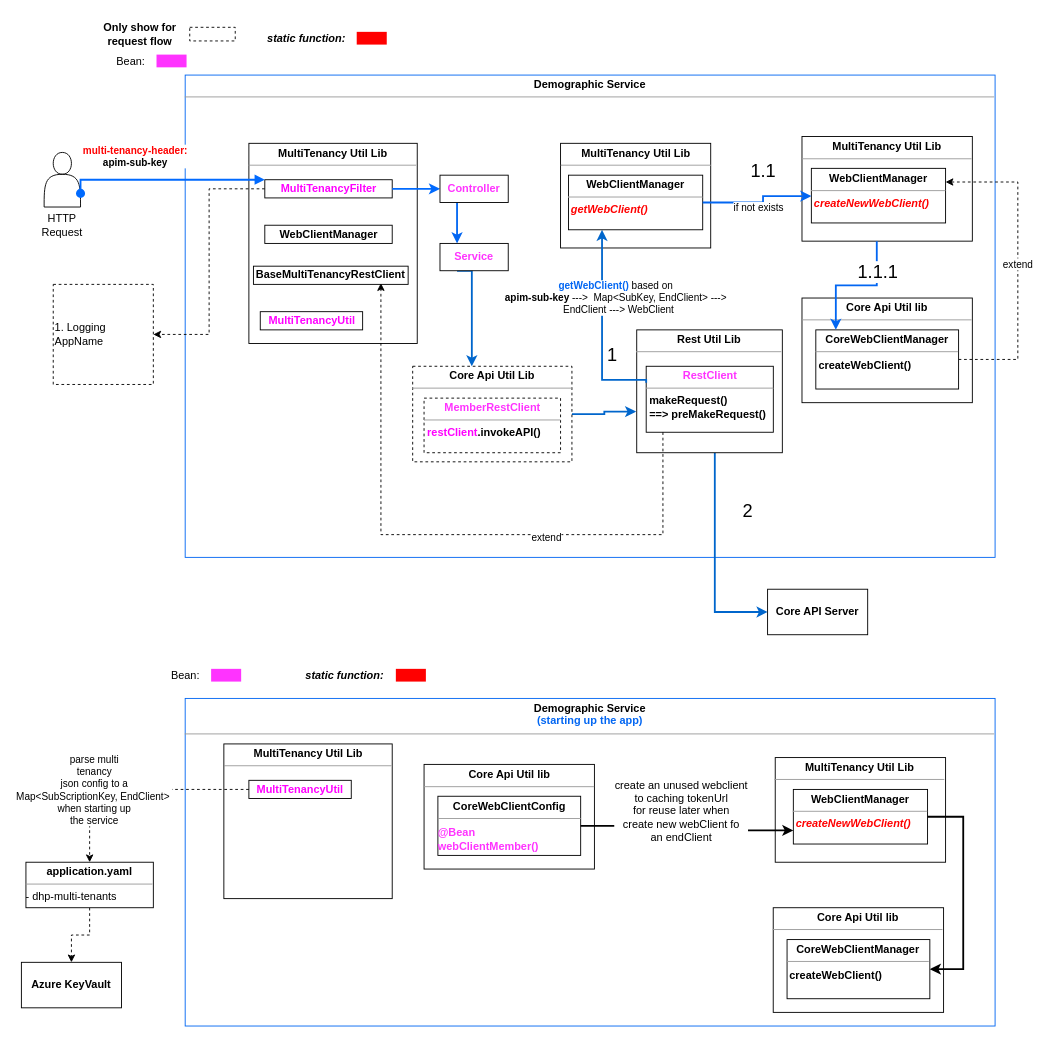
lnsbinh/chart keeps this draw.io diagram as MultiTenancyNewProcess.drawio. Above is the earlier version. Source tidied: cells renumbered, new cells numbered last; positions are measured from the earlier drawing's top-left corner, leaving out a move shared by most shapes. Both pictures are drawn from the tidied source at 91%, with x=0, y=0 at pixel (21, 15).
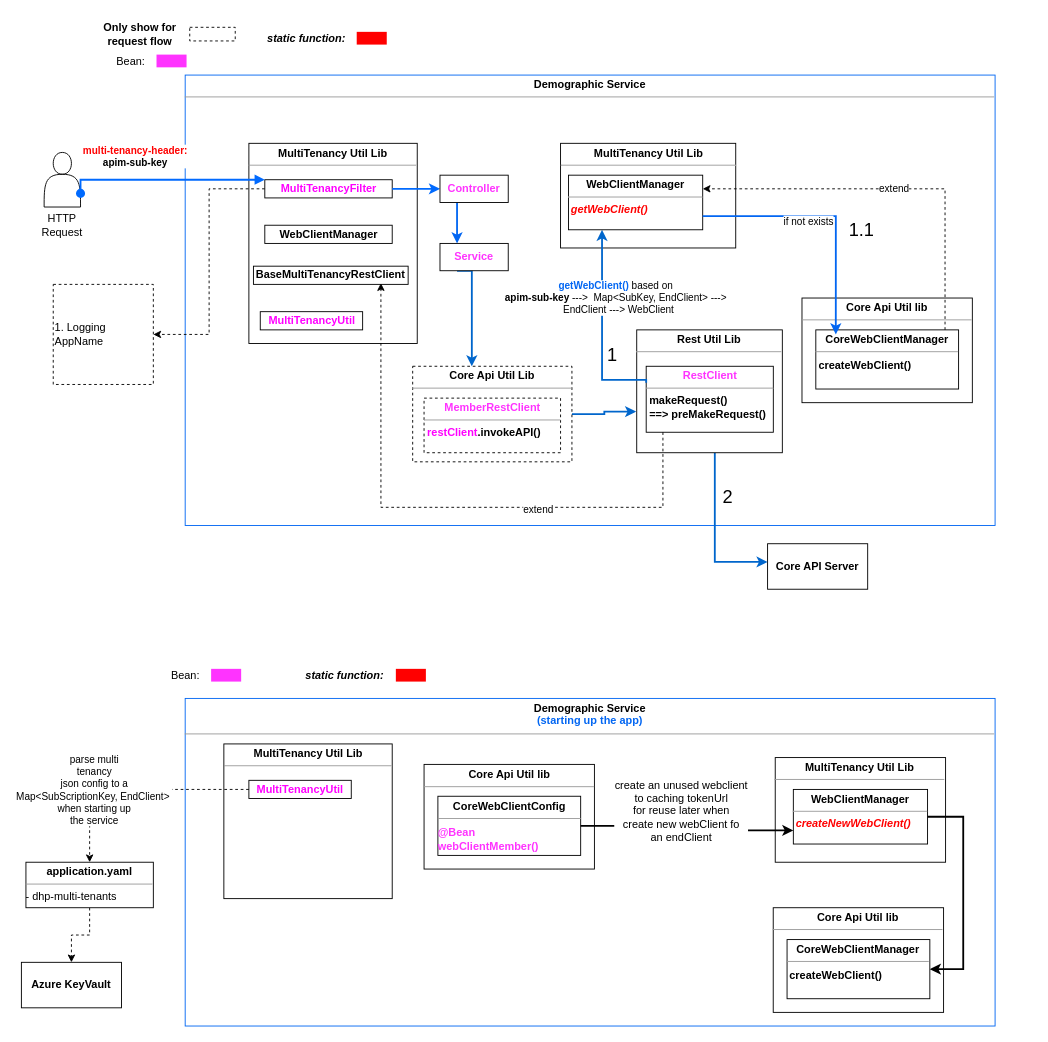
The same page after the edit.

The change refers to these unchanged cells:
```xml
<mxCell id="28" value="&lt;p style=&quot;margin:0px;margin-top:4px;text-align:center;&quot;&gt;&lt;b&gt;Rest Util Lib&lt;/b&gt;&lt;/p&gt;&lt;hr size=&quot;1&quot;&gt;&lt;div style=&quot;height:2px;&quot;&gt;&lt;/div&gt;" style="verticalAlign=top;align=left;overflow=fill;fontSize=12;fontFamily=Helvetica;html=1;whiteSpace=wrap;" parent="1" vertex="1">
  <mxGeometry x="676.2" y="345" width="160" height="135" as="geometry" />
</mxCell>
<mxCell id="29" value="&lt;p style=&quot;margin:0px;margin-top:4px;text-align:center;&quot;&gt;&lt;b&gt;&lt;font color=&quot;#ff33ff&quot;&gt;RestClient&lt;/font&gt;&lt;/b&gt;&lt;/p&gt;&lt;hr size=&quot;1&quot;&gt;&lt;div style=&quot;height:2px;&quot;&gt;&lt;b&gt;&amp;nbsp;makeRequest()&amp;nbsp;&lt;br&gt;&amp;nbsp;==&amp;gt; preMakeRequest()&lt;/b&gt;&lt;/div&gt;" style="verticalAlign=top;align=left;overflow=fill;fontSize=12;fontFamily=Helvetica;html=1;whiteSpace=wrap;" parent="1" vertex="1">
  <mxGeometry x="686.6" y="385" width="139.7" height="72.5" as="geometry" />
</mxCell>
<mxCell id="34" value="&lt;b&gt;BaseMultiTenancyRestClient&lt;/b&gt;" style="html=1;whiteSpace=wrap;align=center;" parent="1" vertex="1">
  <mxGeometry x="255" y="275" width="170" height="20" as="geometry" />
</mxCell>
<mxCell id="37" value="&lt;p style=&quot;margin:0px;margin-top:4px;text-align:center;&quot;&gt;&lt;b style=&quot;border-color: var(--border-color);&quot;&gt;&lt;font style=&quot;border-color: var(--border-color);&quot;&gt;WebClientManager&lt;/font&gt;&lt;/b&gt;&lt;br&gt;&lt;/p&gt;&lt;hr size=&quot;1&quot;&gt;&lt;div style=&quot;height:2px;&quot;&gt;&lt;b&gt;&lt;i&gt;&lt;font color=&quot;#ff0000&quot;&gt;&amp;nbsp;getWebClient()&lt;/font&gt;&lt;/i&gt;&lt;/b&gt;&lt;/div&gt;" style="verticalAlign=top;align=left;overflow=fill;fontSize=12;fontFamily=Helvetica;html=1;whiteSpace=wrap;" parent="1" vertex="1">
  <mxGeometry x="601.2" y="175" width="147.5" height="60" as="geometry" />
</mxCell>
<mxCell id="46" value="&lt;p style=&quot;margin:0px;margin-top:4px;text-align:center;&quot;&gt;&lt;b&gt;CoreWebClientManager&lt;/b&gt;&lt;/p&gt;&lt;hr size=&quot;1&quot;&gt;&lt;div style=&quot;height:2px;&quot;&gt;&amp;nbsp;&amp;nbsp;&lt;/div&gt;&lt;b style=&quot;border-color: var(--border-color);&quot;&gt;&amp;nbsp;createWebClient()&lt;/b&gt;" style="verticalAlign=top;align=left;overflow=fill;fontSize=12;fontFamily=Helvetica;html=1;whiteSpace=wrap;" parent="1" vertex="1">
  <mxGeometry x="873" y="345" width="156.9" height="65" as="geometry" />
</mxCell>
```

What changed in the source:
```diff
@@
     <mxCell id="2" value="&lt;p style=&quot;margin:0px;margin-top:4px;text-align:center;&quot;&gt;&lt;b&gt;Demographic Service&lt;/b&gt;&lt;/p&gt;&lt;hr size=&quot;1&quot;&gt;&lt;div style=&quot;height:2px;&quot;&gt;&lt;br&gt;&lt;/div&gt;" style="verticalAlign=top;align=left;overflow=fill;fontSize=12;fontFamily=Helvetica;html=1;whiteSpace=wrap;strokeColor=#0266f2;" parent="1" vertex="1">
-      <mxGeometry x="180" y="65" width="890" height="530" as="geometry" />
+      <mxGeometry x="180" y="65" width="890" height="495" as="geometry" />
     </mxCell>
@@
     <mxCell id="11" value="&lt;b&gt;Core API Server&lt;/b&gt;" style="html=1;whiteSpace=wrap;" parent="1" vertex="1">
-      <mxGeometry x="820" y="630" width="110" height="50" as="geometry" />
+      <mxGeometry x="820" y="580" width="110" height="50" as="geometry" />
     </mxCell>
@@
     <mxCell id="24" style="edgeStyle=orthogonalEdgeStyle;rounded=0;jettySize=auto;html=1;strokeColor=#0066CC;strokeWidth=2;" parent="1" edge="1" source="28" target="11">
       <mxGeometry relative="1" as="geometry">
         <Array as="points">
-          <mxPoint x="762" y="655" />
+          <mxPoint x="762" y="600" />
         </Array>
       </mxGeometry>
     </mxCell>
     <mxCell id="25" value="2" style="edgeLabel;html=1;align=center;verticalAlign=middle;fontSize=20;" parent="24" vertex="1">
       <mxGeometry x="-0.44" y="-1" relative="1" as="geometry">
-        <mxPoint x="36" y="-3" as="offset" />
+        <mxPoint x="14" y="-3" as="offset" />
       </mxGeometry>
     </mxCell>
     <mxCell id="26" value="&lt;p style=&quot;margin:0px;margin-top:4px;text-align:center;&quot;&gt;&lt;b&gt;MultiTenancy Util Lib&lt;/b&gt;&lt;/p&gt;&lt;hr size=&quot;1&quot;&gt;&lt;div style=&quot;height:2px;&quot;&gt;&lt;/div&gt;" style="verticalAlign=top;align=left;overflow=fill;fontSize=12;fontFamily=Helvetica;html=1;whiteSpace=wrap;" parent="1" vertex="1">
-      <mxGeometry x="592.5" y="140" width="165" height="115" as="geometry" />
+      <mxGeometry x="592.5" y="140" width="192.5" height="115" as="geometry" />
     </mxCell>
@@
     <mxCell id="35" style="edgeStyle=orthogonalEdgeStyle;rounded=0;jettySize=auto;html=1;entryX=0.824;entryY=0.932;entryDx=0;entryDy=0;entryPerimeter=0;dashed=1;" parent="1" edge="1" source="29" target="34">
       <mxGeometry relative="1" as="geometry">
         <Array as="points">
-          <mxPoint x="705" y="570" />
-          <mxPoint x="395" y="570" />
+          <mxPoint x="705" y="540" />
+          <mxPoint x="395" y="540" />
         </Array>
       </mxGeometry>
     </mxCell>
@@
-    <mxCell id="38" value="&lt;p style=&quot;margin:0px;margin-top:4px;text-align:center;&quot;&gt;&lt;b&gt;MultiTenancy Util Lib&lt;/b&gt;&lt;/p&gt;&lt;hr size=&quot;1&quot;&gt;&lt;div style=&quot;height:2px;&quot;&gt;&lt;/div&gt;" style="verticalAlign=top;align=left;overflow=fill;fontSize=12;fontFamily=Helvetica;html=1;whiteSpace=wrap;" parent="1" vertex="1">
-      <mxGeometry x="857.8" y="132.5" width="187.2" height="115" as="geometry" />
-    </mxCell>
-    <mxCell id="39" value="&lt;p style=&quot;margin:0px;margin-top:4px;text-align:center;&quot;&gt;&lt;b style=&quot;border-color: var(--border-color);&quot;&gt;&lt;font style=&quot;border-color: var(--border-color);&quot;&gt;WebClientManager&lt;/font&gt;&lt;/b&gt;&lt;br&gt;&lt;/p&gt;&lt;hr size=&quot;1&quot;&gt;&lt;div style=&quot;height:2px;&quot;&gt;&lt;b&gt;&lt;i&gt;&lt;font color=&quot;#ff0000&quot;&gt;&amp;nbsp;createNewWebClient()&lt;/font&gt;&lt;/i&gt;&lt;/b&gt;&lt;/div&gt;" style="verticalAlign=top;align=left;overflow=fill;fontSize=12;fontFamily=Helvetica;html=1;whiteSpace=wrap;" parent="1" vertex="1">
-      <mxGeometry x="868.1" y="167.5" width="147.5" height="60" as="geometry" />
-    </mxCell>
@@
-    <mxCell id="42" value="1.1" style="edgeStyle=orthogonalEdgeStyle;rounded=0;jettySize=auto;html=1;strokeColor=#0266F2;strokeWidth=2;fontSize=20;" parent="1" edge="1" source="37" target="39">
-      <mxGeometry x="0.16" y="28" relative="1" as="geometry">
-        <Array as="points">
-          <mxPoint x="815" y="205" />
-          <mxPoint x="815" y="198" />
-        </Array>
-      </mxGeometry>
-    </mxCell>
-    <mxCell id="43" value="if not exists" style="edgeLabel;html=1;align=center;verticalAlign=middle;" parent="42" vertex="1">
-      <mxGeometry x="-0.27" y="2" relative="1" as="geometry">
-        <mxPoint x="15" y="7" as="offset" />
-      </mxGeometry>
-    </mxCell>
@@
-    <mxCell id="45" value="extend" style="edgeStyle=orthogonalEdgeStyle;rounded=0;jettySize=auto;html=1;entryX=1;entryY=0.25;entryDx=0;entryDy=0;dashed=1;" parent="1" edge="1" source="46" target="39">
+    <mxCell id="45" value="extend" style="edgeStyle=orthogonalEdgeStyle;rounded=0;jettySize=auto;html=1;entryX=1;entryY=0.25;entryDx=0;entryDy=0;dashed=1;" parent="1" edge="1" source="46" target="37">
       <mxGeometry relative="1" as="geometry">
         <Array as="points">
-          <mxPoint x="1095" y="378" />
-          <mxPoint x="1095" y="183" />
+          <mxPoint x="1015" y="190" />
         </Array>
       </mxGeometry>
     </mxCell>
@@
-    <mxCell id="47" style="edgeStyle=orthogonalEdgeStyle;rounded=0;jettySize=auto;html=1;strokeWidth=2;strokeColor=#0266F2;" parent="1" edge="1" source="38" target="46">
-      <mxGeometry relative="1" as="geometry">
-        <Array as="points">
-          <mxPoint x="940" y="296" />
-          <mxPoint x="895" y="296" />
-        </Array>
-      </mxGeometry>
-    </mxCell>
-    <mxCell id="48" value="&lt;font style=&quot;font-size: 20px;&quot;&gt;1.1.1&lt;/font&gt;" style="edgeLabel;html=1;align=center;verticalAlign=middle;" parent="47" vertex="1">
-      <mxGeometry x="-0.44" relative="1" as="geometry">
-        <mxPoint y="-7" as="offset" />
-      </mxGeometry>
-    </mxCell>
@@
+    <mxCell id="42" value="1.1" style="edgeStyle=orthogonalEdgeStyle;rounded=0;jettySize=auto;html=1;strokeColor=#0266F2;strokeWidth=2;fontSize=20;entryX=0.14;entryY=0.077;entryDx=0;entryDy=0;entryPerimeter=0;" parent="1" edge="1" source="37" target="46">
+      <mxGeometry x="0.16" y="28" relative="1" as="geometry">
+        <Array as="points">
+          <mxPoint x="895" y="220" />
+        </Array>
+      </mxGeometry>
+    </mxCell>
+    <mxCell id="43" value="if not exists" style="edgeLabel;html=1;align=center;verticalAlign=middle;" parent="42" vertex="1">
+      <mxGeometry x="-0.27" y="2" relative="1" as="geometry">
+        <mxPoint x="15" y="7" as="offset" />
+      </mxGeometry>
+    </mxCell>
```
